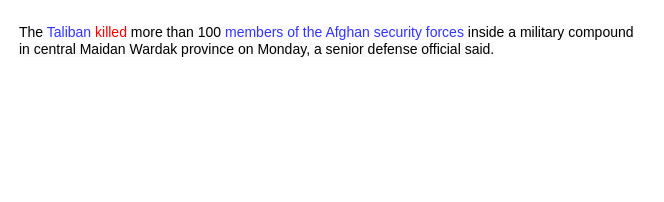
Before: case_study.drawio in crawlerWPS/drawing, a draw.io diagram. Source tidied: cells renumbered, new cells numbered last; positions are measured from the earlier drawing's top-left corner, leaving out a move shared by most shapes. Both pictures are drawn from the tidied source at 100%, with x=0, y=0 at pixel (17, 17).
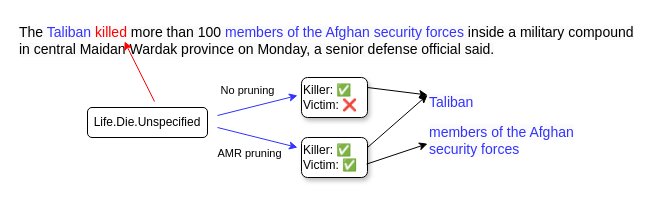
The same diagram, later.

What changed in the source:
```diff
@@
+    <mxCell id="3" value="Life.Die.Unspecified" style="rounded=1;whiteSpace=wrap;html=1;" parent="1" vertex="1">
+      <mxGeometry x="70" y="90" width="120" height="30" as="geometry" />
+    </mxCell>
+    <mxCell id="4" style="endArrow=classic;html=1;rounded=0;strokeColor=#FF0000;" parent="1" edge="1">
+      <mxGeometry relative="1" as="geometry">
+        <mxPoint x="137" y="84" as="sourcePoint" />
+        <mxPoint x="107" y="24" as="targetPoint" />
+      </mxGeometry>
+    </mxCell>
+    <mxCell id="5" style="endArrow=classic;html=1;rounded=0;strokeColor=#3333FF;" parent="1" edge="1">
+      <mxGeometry relative="1" as="geometry">
+        <mxPoint x="200" y="98" as="sourcePoint" />
+        <mxPoint x="280" y="78" as="targetPoint" />
+      </mxGeometry>
+    </mxCell>
+    <mxCell id="6" value="No pruning" style="edgeLabel;html=1;align=center;verticalAlign=middle;" parent="5" vertex="1">
+      <mxGeometry x="-0.19" relative="1" as="geometry">
+        <mxPoint x="-3" y="-17" as="offset" />
+      </mxGeometry>
+    </mxCell>
+    <mxCell id="7" style="endArrow=classic;html=1;rounded=0;strokeColor=#3333FF;" parent="1" edge="1">
+      <mxGeometry relative="1" as="geometry">
+        <mxPoint x="200" y="110" as="sourcePoint" />
+        <mxPoint x="280" y="130" as="targetPoint" />
+      </mxGeometry>
+    </mxCell>
+    <mxCell id="8" value="AMR pruning" style="edgeLabel;html=1;align=center;verticalAlign=middle;" parent="7" vertex="1">
+      <mxGeometry x="-0.58" relative="1" as="geometry">
+        <mxPoint x="15" y="21" as="offset" />
+      </mxGeometry>
+    </mxCell>
+    <mxCell id="9" value="&lt;div style=&quot;&quot;&gt;&lt;span style=&quot;background-color: initial;&quot;&gt;Killer: &lt;font color=&quot;#3333ff&quot;&gt;✅&lt;/font&gt;&lt;/span&gt;&lt;/div&gt;&lt;div style=&quot;&quot;&gt;&lt;span style=&quot;background-color: initial;&quot;&gt;Victim: ❌&lt;/span&gt;&lt;/div&gt;" style="whiteSpace=wrap;html=1;align=left;rounded=1;shadow=1;" parent="1" vertex="1">
+      <mxGeometry x="284" y="60" width="66" height="40" as="geometry" />
+    </mxCell>
+    <mxCell id="10" value="&lt;div style=&quot;&quot;&gt;&lt;span style=&quot;background-color: initial;&quot;&gt;Killer: &lt;font color=&quot;#3333ff&quot;&gt;✅&lt;/font&gt;&lt;/span&gt;&lt;/div&gt;&lt;div style=&quot;&quot;&gt;&lt;span style=&quot;background-color: initial;&quot;&gt;Victim: ✅&lt;/span&gt;&lt;/div&gt;" style="whiteSpace=wrap;html=1;align=left;rounded=1;glass=0;shadow=1;" parent="1" vertex="1">
+      <mxGeometry x="284" y="120" width="66" height="40" as="geometry" />
+    </mxCell>
+    <mxCell id="11" value="&lt;span style=&quot;color: rgb(51, 51, 255); font-family: Helvetica; font-size: 14px; font-style: normal; font-variant-ligatures: normal; font-variant-caps: normal; font-weight: 400; letter-spacing: normal; orphans: 2; text-align: center; text-indent: 0px; text-transform: none; widows: 2; word-spacing: 0px; -webkit-text-stroke-width: 0px; background-color: rgb(251, 251, 251); text-decoration-thickness: initial; text-decoration-style: initial; text-decoration-color: initial; float: none; display: inline !important;&quot;&gt;Taliban&lt;/span&gt;" style="text;whiteSpace=wrap;html=1;strokeColor=none;" parent="1" vertex="1">
+      <mxGeometry x="410" y="70" width="80" height="30" as="geometry" />
+    </mxCell>
+    <mxCell id="12" value="&lt;span style=&quot;color: rgb(51, 51, 255); font-family: Helvetica; font-size: 14px; font-style: normal; font-variant-ligatures: normal; font-variant-caps: normal; font-weight: 400; letter-spacing: normal; orphans: 2; text-align: center; text-indent: 0px; text-transform: none; widows: 2; word-spacing: 0px; -webkit-text-stroke-width: 0px; background-color: rgb(251, 251, 251); text-decoration-thickness: initial; text-decoration-style: initial; text-decoration-color: initial; float: none; display: inline !important;&quot;&gt;members of the Afghan security forces&lt;/span&gt;" style="text;whiteSpace=wrap;html=1;" parent="1" vertex="1">
+      <mxGeometry x="410" y="100" width="192" height="35" as="geometry" />
+    </mxCell>
+    <mxCell id="13" style="endArrow=classic;html=1;rounded=0;entryX=0;entryY=0.25;entryDx=0;entryDy=0;exitX=1;exitY=0.25;exitDx=0;exitDy=0;" parent="1" edge="1" source="9" target="11">
+      <mxGeometry relative="1" as="geometry" />
+    </mxCell>
+    <mxCell id="14" style="endArrow=classic;html=1;rounded=0;entryX=0;entryY=0.75;entryDx=0;entryDy=0;exitX=0.986;exitY=0.665;exitDx=0;exitDy=0;exitPerimeter=0;" parent="1" edge="1" source="10" target="12">
+      <mxGeometry relative="1" as="geometry" />
+    </mxCell>
+    <mxCell id="15" style="endArrow=classic;html=1;rounded=0;entryX=0;entryY=0.25;entryDx=0;entryDy=0;exitX=1;exitY=0.25;exitDx=0;exitDy=0;" parent="1" edge="1" source="10" target="11">
+      <mxGeometry relative="1" as="geometry" />
+    </mxCell>
```
